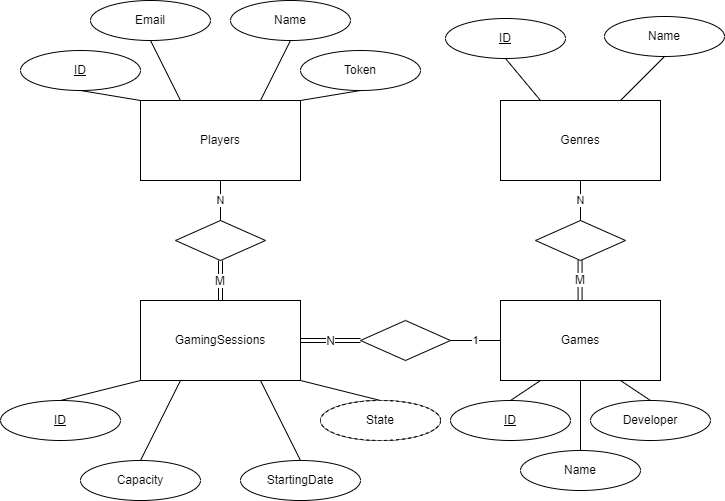
This is assets/ModeloEA.png from MarioRj16/LS, a draw.io export, as it was before one commit. Source tidied: cells renumbered, new cells last; positions are measured from the earlier drawing's top-left corner, leaving out a move shared by most shapes.
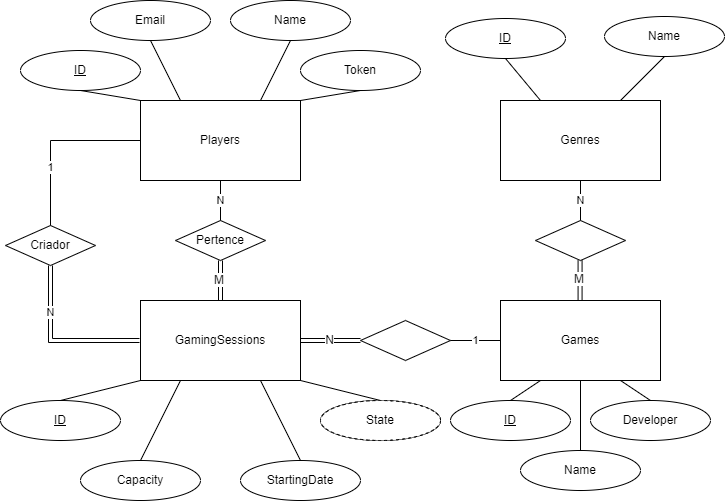
After the change.

Diff of the diagram source:
```diff
@@ -2,6 +2,16 @@
   <root>
     <mxCell id="0" />
     <mxCell id="1" parent="0" />
+    <mxCell id="45" style="edgeStyle=orthogonalEdgeStyle;rounded=0;jettySize=auto;html=1;" parent="1" edge="1" source="2">
+      <mxGeometry relative="1" as="geometry">
+        <mxPoint x="50" y="235" as="targetPoint" />
+      </mxGeometry>
+    </mxCell>
+    <mxCell id="46" value="1" style="edgeLabel;html=1;align=center;verticalAlign=middle;" parent="45" vertex="1">
+      <mxGeometry x="0.26" y="1" relative="1" as="geometry">
+        <mxPoint x="-1" as="offset" />
+      </mxGeometry>
+    </mxCell>
     <mxCell id="2" value="Players" style="rounded=0;whiteSpace=wrap;html=1;" parent="1" vertex="1">
       <mxGeometry x="140" y="100" width="160" height="80" as="geometry" />
     </mxCell>
@@ -14,7 +24,7 @@
     <mxCell id="5" value="Genres" style="rounded=0;whiteSpace=wrap;html=1;" parent="1" vertex="1">
       <mxGeometry x="500" y="100" width="160" height="80" as="geometry" />
     </mxCell>
-    <mxCell id="6" style="rhombus;whiteSpace=wrap;html=1;" parent="1" vertex="1">
+    <mxCell id="6" value="Pertence" style="rhombus;whiteSpace=wrap;html=1;" parent="1" vertex="1">
       <mxGeometry x="175" y="220" width="90" height="40" as="geometry" />
     </mxCell>
     <mxCell id="7" style="rhombus;whiteSpace=wrap;html=1;" parent="1" vertex="1">
@@ -142,5 +152,22 @@
     <mxCell id="44" style="endArrow=none;html=1;rounded=0;entryX=0.5;entryY=1;entryDx=0;entryDy=0;exitX=0.25;exitY=0;exitDx=0;exitDy=0;" parent="1" edge="1" source="5" target="43">
       <mxGeometry relative="1" as="geometry" />
     </mxCell>
+    <mxCell id="47" value="Criador" style="rhombus;whiteSpace=wrap;html=1;" parent="1" vertex="1">
+      <mxGeometry x="5" y="225" width="90" height="40" as="geometry" />
+    </mxCell>
+    <mxCell id="48" style="shape=link;html=1;rounded=0;entryX=0.5;entryY=1;entryDx=0;entryDy=0;" parent="1" edge="1">
+      <mxGeometry relative="1" as="geometry">
+        <mxPoint x="139" y="340" as="sourcePoint" />
+        <mxPoint x="50" y="265" as="targetPoint" />
+        <Array as="points">
+          <mxPoint x="50" y="340" />
+        </Array>
+      </mxGeometry>
+    </mxCell>
+    <mxCell id="49" value="N" style="edgeLabel;html=1;align=center;verticalAlign=middle;" parent="48" vertex="1">
+      <mxGeometry x="0.43" y="-1" relative="1" as="geometry">
+        <mxPoint x="-1" as="offset" />
+      </mxGeometry>
+    </mxCell>
   </root>
 </mxGraphModel>
```
